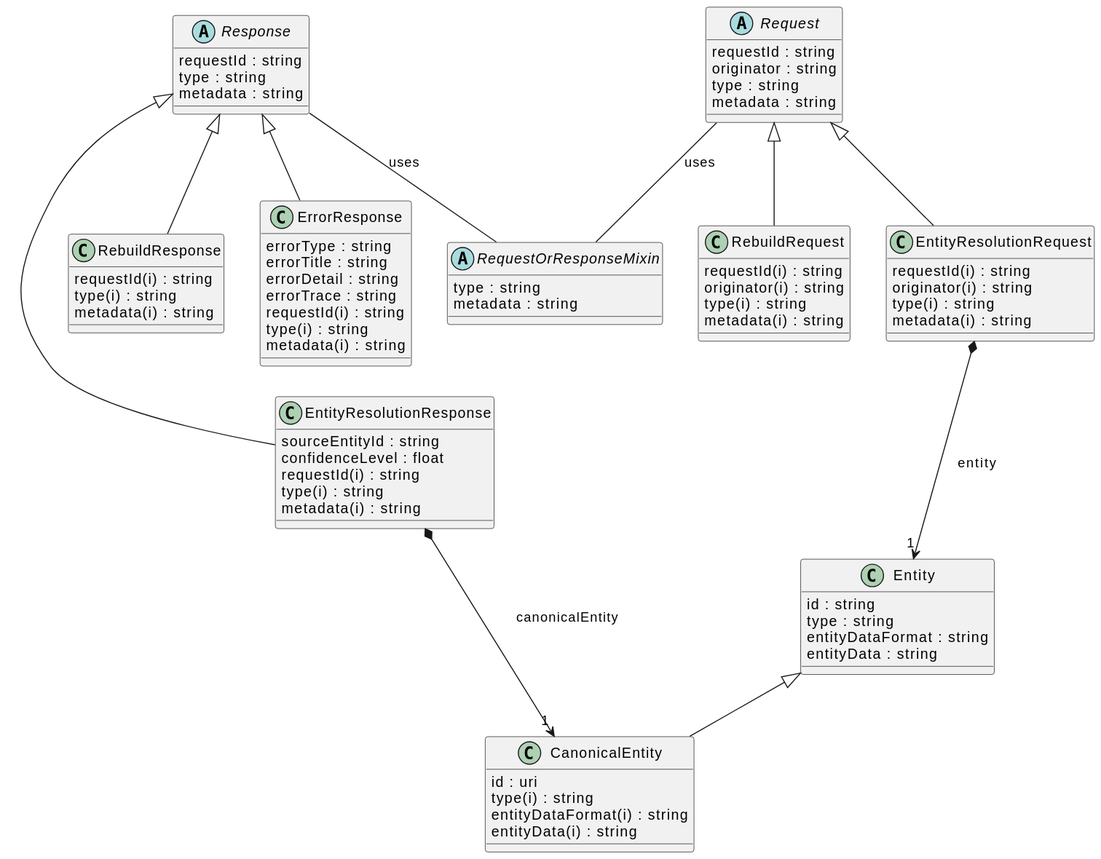
The PlantUML diagram docs/schema/ErsServiceDataSchema.svg in OP-TED/entity-resolution-spec, before a commit.
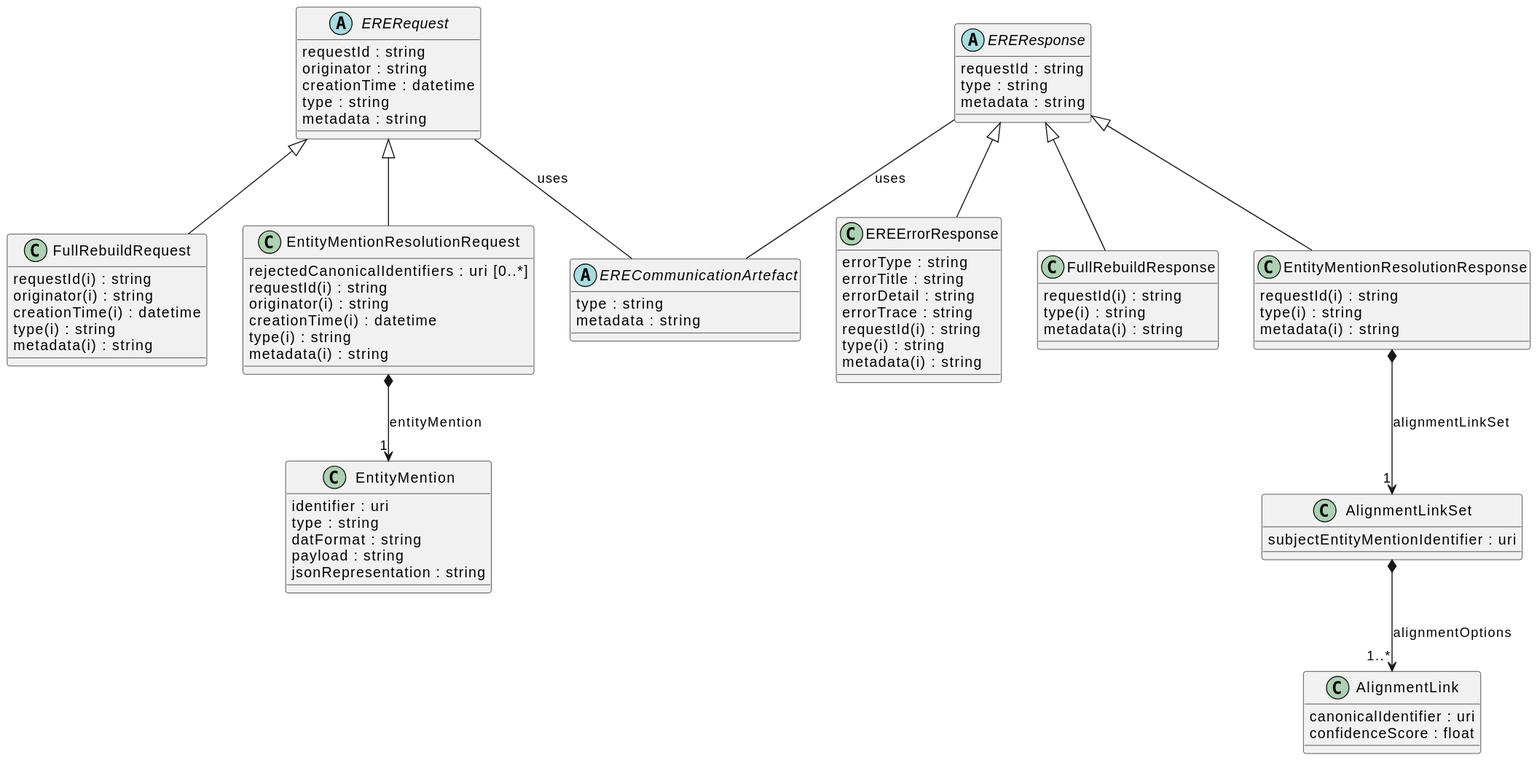
After the change.

Change to the diagram source:
```diff
@@ -1,19 +1,48 @@
 @startuml
-abstract "Response" [[{Root class to represent all the responses sent by the ERE.}]] {
+class "EntityMentionResolutionRequest" [[{An entity resolution request sent to the ERE, containing the entity to be resolved.}]] {
+    {field} rejectedCanonicalIdentifiers : uri  [0..*]
+    {field} requestId(i) : string
+    {field} originator(i) : string
+    {field} creationTime(i) : datetime
+    {field} type(i) : string
+    {field} metadata(i) : string
+}
+class "EntityMention" [[{An entity mention is a representation of a real-world entity in the ERS. It must have }]] {
+    {field} identifier : uri
+    {field} type : string
+    {field} datFormat : string
+    {field} payload : string
+    {field} jsonRepresentation : string
+}
+"EntityMentionResolutionRequest" *--> "1" "EntityMention" : "entityMention"
+abstract "ERERequest" [[{Root class to represent all the requests sent to the ERE.}]] {
+    {field} requestId : string
+    {field} originator : string
+    {field} creationTime : datetime
+    {field} type : string
+    {field} metadata : string
+}
+"ERERequest" ^-- "EntityMentionResolutionRequest"
+abstract "EREResponse" [[{Root class to represent all the responses sent by the ERE.}]] {
     {field} requestId : string
     {field} type : string
     {field} metadata : string
 }
-abstract "RequestOrResponseMixin" [[{Root mixin to represent attributes common to both requests and results.}]] {
+abstract "ERECommunicationArtefact" [[{Root abstraction to represent attributes common to both requests and results.}]] {
     {field} type : string
     {field} metadata : string
 }
-class "RebuildResponse" [[{A response to a `RebuildRequest`, confirming that the rebuild process has started.}]] {
+class "FullRebuildResponse" [[{A response to a `FullRebuildRequest`, confirming that the rebuild process has started.}]] {
     {field} requestId(i) : string
     {field} type(i) : string
     {field} metadata(i) : string
 }
-class "ErrorResponse" [[{Response sent by the ERE when some error/exception occurs while processing a request.}]] {
+class "EntityMentionResolutionResponse" [[{An entity resolution response sent by the ERE.}]] {
+    {field} requestId(i) : string
+    {field} type(i) : string
+    {field} metadata(i) : string
+}
+class "EREErrorResponse" [[{Response sent by the ERE when some error/exception occurs while processing a request.}]] {
     {field} errorType : string
     {field} errorTitle : string
     {field} errorDetail : string
@@ -22,51 +51,26 @@
     {field} type(i) : string
     {field} metadata(i) : string
 }
-class "EntityResolutionResponse" [[{An entity resolution response sent by the ERE.}]] {
-    {field} sourceEntityId : string
-    {field} confidenceLevel : float
+"EREResponse" -- "ERECommunicationArtefact"  : uses
+"EREResponse" ^-- "FullRebuildResponse"
+"EREResponse" ^-- "EntityMentionResolutionResponse"
+"EREResponse" ^-- "EREErrorResponse"
+class "AlignmentLinkSet" [[{A set of alignment links to a referred entity.}]] {
+    {field} subjectEntityMentionIdentifier : uri
+}
+"EntityMentionResolutionResponse" *--> "1" "AlignmentLinkSet" : "alignmentLinkSet"
+class "FullRebuildRequest" [[{A request to reset all the resolutions computed so far and rebuild them as }]] {
     {field} requestId(i) : string
+    {field} originator(i) : string
+    {field} creationTime(i) : datetime
     {field} type(i) : string
     {field} metadata(i) : string
 }
-"Response" -- "RequestOrResponseMixin"  : uses
-"Response" ^-- "RebuildResponse"
-"Response" ^-- "ErrorResponse"
-"Response" ^-- "EntityResolutionResponse"
-abstract "Request" [[{Root class to represent all the requests sent to the ERE.}]] {
-    {field} requestId : string
-    {field} originator : string
-    {field} type : string
-    {field} metadata : string
+"ERERequest" -- "ERECommunicationArtefact"  : uses
+"ERERequest" ^-- "FullRebuildRequest"
+class "AlignmentLink" [[{An alignment link representing a possible equivalence between an entity mention in the}]] {
+    {field} canonicalIdentifier : uri
+    {field} confidenceScore : float
 }
-"Request" -- "RequestOrResponseMixin"  : uses
-class "RebuildRequest" [[{A request to reset all the resolutions computed so far and rebuild them as }]] {
-    {field} requestId(i) : string
-    {field} originator(i) : string
-    {field} type(i) : string
-    {field} metadata(i) : string
-}
-class "EntityResolutionRequest" [[{An entity resolution request sent to the ERE, containing the entity to be resolved.}]] {
-    {field} requestId(i) : string
-    {field} originator(i) : string
-    {field} type(i) : string
-    {field} metadata(i) : string
-}
-"Request" ^-- "RebuildRequest"
-"Request" ^-- "EntityResolutionRequest"
-class "CanonicalEntity" [[{A canonical entity is an entity that the ERE has created during the resolution process}]] {
-    {field} id : uri
-    {field} type(i) : string
-    {field} entityDataFormat(i) : string
-    {field} entityData(i) : string
-}
-"EntityResolutionResponse" *--> "1" "CanonicalEntity" : "canonicalEntity"
-class "Entity" [[{An entity is a representation of a real-world entity, as provided by the ERS.}]] {
-    {field} id : string
-    {field} type : string
-    {field} entityDataFormat : string
-    {field} entityData : string
-}
-"EntityResolutionRequest" *--> "1" "Entity" : "entity"
-"Entity" ^-- "CanonicalEntity"
+"AlignmentLinkSet" *--> "1..*" "AlignmentLink" : "alignmentOptions"
 @enduml
```
